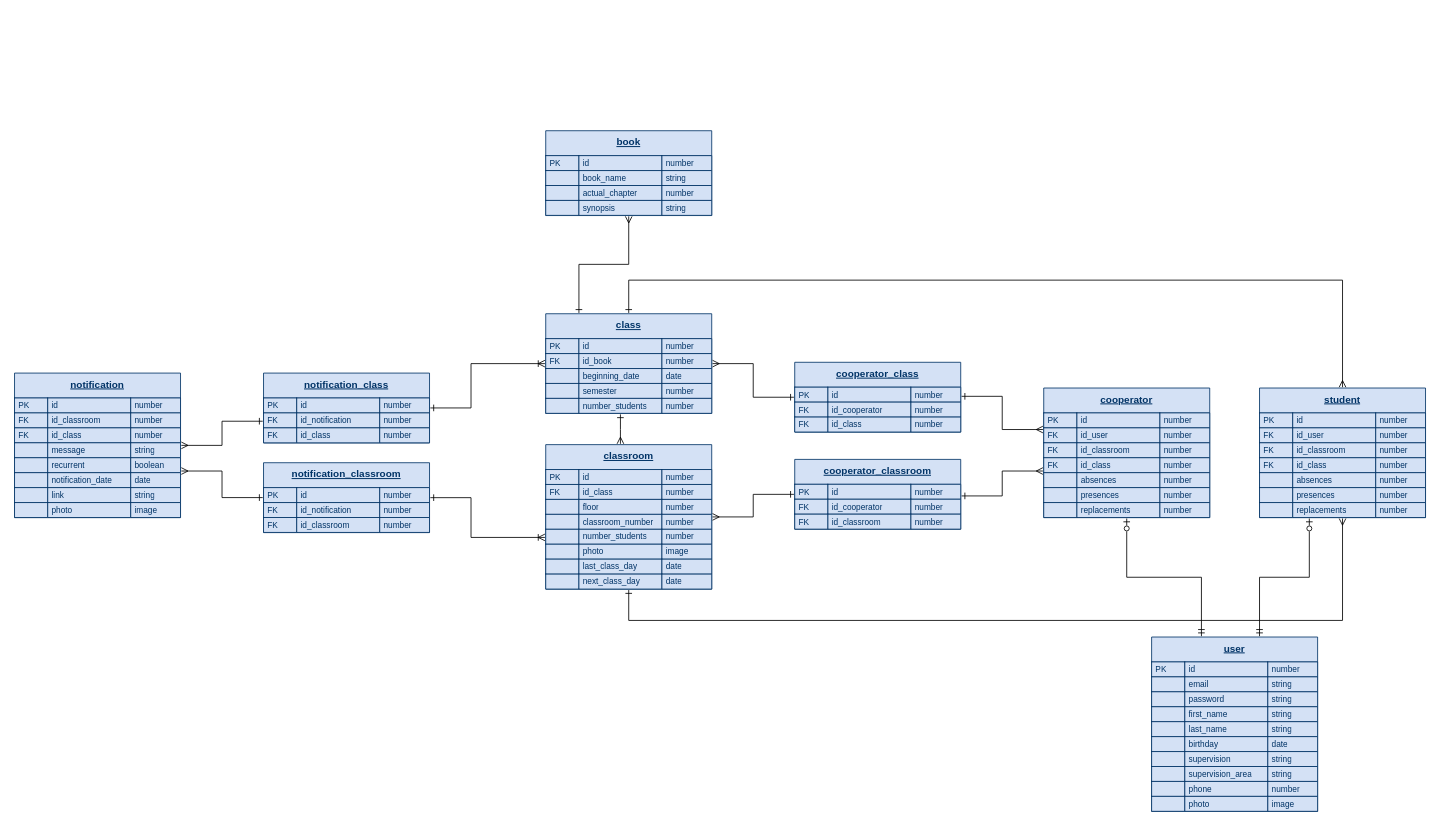
Above: ser_db.drawio in FreeSoulsDotBat/SER (draw.io), before the change. Source tidied: cells renumbered, new cells numbered last; positions are measured from the earlier drawing's top-left corner, leaving out a move shared by most shapes. Both pictures are drawn from the tidied source at 83%, with x=0, y=0 at pixel (14, 130).
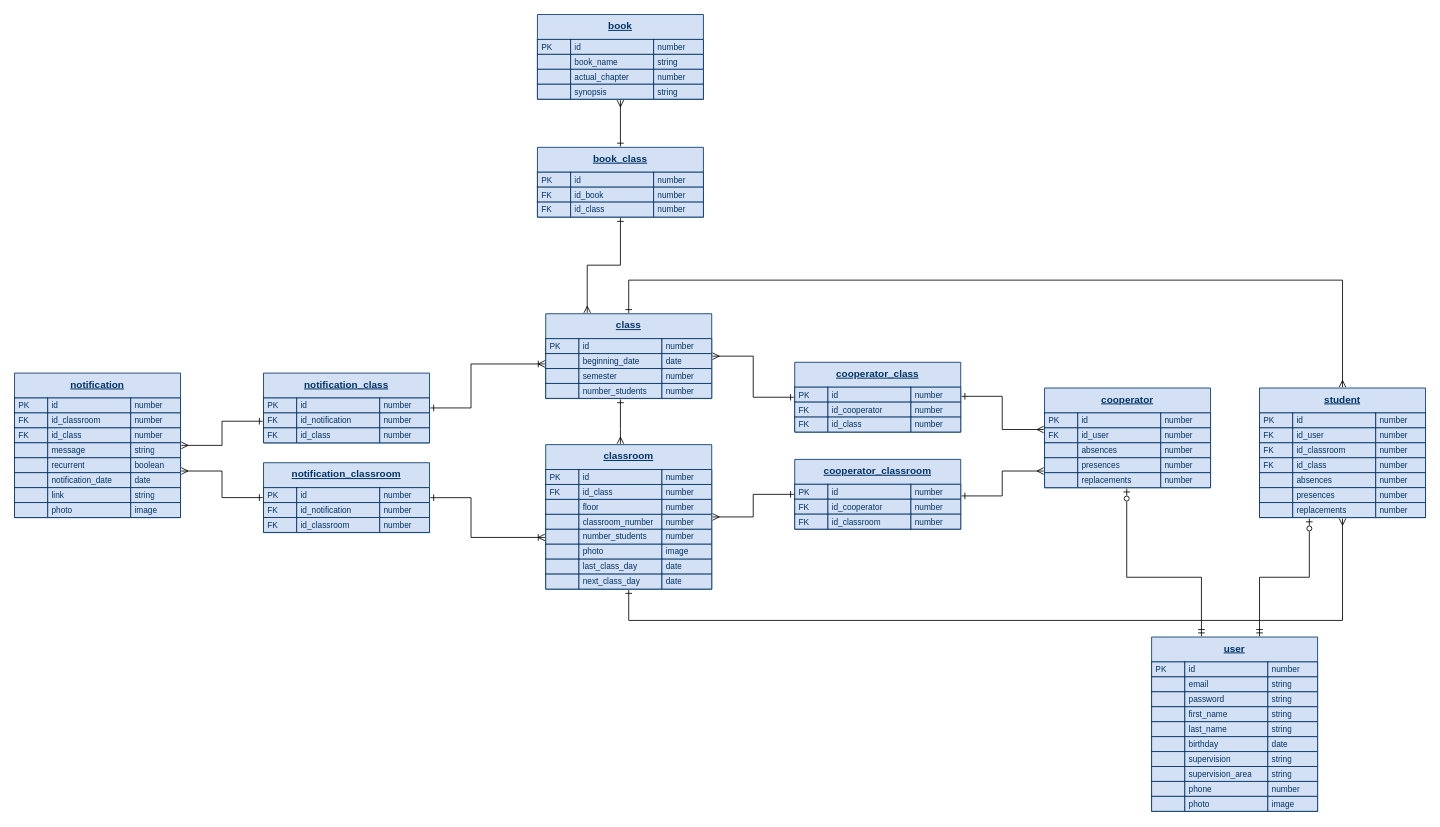
The same page after the edit.

Diff of the diagram source:
```diff
@@
-    <mxCell id="101" style="edgeStyle=orthogonalEdgeStyle;rounded=0;jettySize=auto;html=1;fontSize=10;fontColor=#003366;startArrow=ERone;startFill=0;endArrow=ERmany;endFill=0;" parent="1" edge="1" source="103" target="125">
-      <mxGeometry relative="1" as="geometry">
-        <Array as="points">
-          <mxPoint x="680" y="161" />
-          <mxPoint x="740" y="161" />
-        </Array>
-      </mxGeometry>
-    </mxCell>
@@
     <mxCell id="103" value="class" style="shape=table;startSize=30;childLayout=tableLayout;fontStyle=5;align=center;fillColor=#D4E1F5;strokeColor=#003366;fontColor=#003366;verticalAlign=top;swimlaneLine=1;sketch=0;perimeterSpacing=1;" parent="1" vertex="1">
-      <mxGeometry x="640" y="220.5" width="200" height="120.2" as="geometry" />
+      <mxGeometry x="640" y="220.5" width="200" height="102.2" as="geometry" />
     </mxCell>
@@
-    <mxCell id="108" style="shape=tableRow;horizontal=0;startSize=0;swimlaneHead=0;swimlaneBody=0;top=0;left=0;bottom=0;right=0;fillColor=none;" parent="103" vertex="1">
-      <mxGeometry y="48" width="200" height="18" as="geometry" />
-    </mxCell>
-    <mxCell id="109" value="FK" style="shape=partialRectangle;html=1;whiteSpace=wrap;fillColor=#D4E1F5;top=1;left=1;bottom=1;right=1;overflow=hidden;strokeColor=#003366;strokeWidth=1;align=left;fontColor=#003366;spacingLeft=5;fontSize=10;spacing=0;" parent="108" vertex="1">
-      <mxGeometry width="40" height="18" as="geometry" />
-    </mxCell>
-    <mxCell id="110" value="id_book" style="shape=partialRectangle;html=1;whiteSpace=wrap;fillColor=#D4E1F5;top=1;left=1;bottom=1;right=1;overflow=hidden;strokeColor=#003366;strokeWidth=1;align=left;fontColor=#003366;spacingLeft=5;fontSize=10;spacing=0;" parent="108" vertex="1">
-      <mxGeometry x="40" width="100" height="18" as="geometry" />
-    </mxCell>
-    <mxCell id="111" value="number" style="shape=partialRectangle;html=1;whiteSpace=wrap;fillColor=#D4E1F5;top=1;left=1;bottom=1;right=1;overflow=hidden;strokeColor=#003366;strokeWidth=1;align=left;fontColor=#003366;spacingLeft=5;fontSize=10;spacing=0;" parent="108" vertex="1">
-      <mxGeometry x="140" width="60" height="18" as="geometry" />
-    </mxCell>
     <mxCell id="112" style="shape=tableRow;horizontal=0;startSize=0;swimlaneHead=0;swimlaneBody=0;top=0;left=0;bottom=0;right=0;fillColor=none;" parent="103" vertex="1">
-      <mxGeometry y="66" width="200" height="18" as="geometry" />
+      <mxGeometry y="48" width="200" height="18" as="geometry" />
     </mxCell>
@@
     <mxCell id="116" style="shape=tableRow;horizontal=0;startSize=0;swimlaneHead=0;swimlaneBody=0;top=0;left=0;bottom=0;right=0;fillColor=none;" parent="103" vertex="1">
-      <mxGeometry y="84" width="200" height="18" as="geometry" />
+      <mxGeometry y="66" width="200" height="18" as="geometry" />
     </mxCell>
@@
     <mxCell id="120" style="shape=tableRow;horizontal=0;startSize=0;swimlaneHead=0;swimlaneBody=0;top=0;left=0;bottom=0;right=0;fillColor=none;" parent="103" vertex="1">
-      <mxGeometry y="102" width="200" height="18" as="geometry" />
+      <mxGeometry y="84" width="200" height="18" as="geometry" />
     </mxCell>
@@
+    <mxCell id="271" style="edgeStyle=orthogonalEdgeStyle;rounded=0;jettySize=auto;html=1;startArrow=ERmany;startFill=0;endArrow=ERone;endFill=0;" parent="1" edge="1" source="125" target="273">
+      <mxGeometry relative="1" as="geometry" />
+    </mxCell>
     <mxCell id="125" value="book" style="shape=table;startSize=30;childLayout=tableLayout;fontStyle=5;align=center;fillColor=#D4E1F5;strokeColor=#003366;fontColor=#003366;verticalAlign=top;swimlaneLine=1;sketch=0;perimeterSpacing=1;" parent="1" vertex="1">
-      <mxGeometry x="640" width="200" height="102.2" as="geometry" />
+      <mxGeometry x="630" y="-140" width="200" height="102.2" as="geometry" />
     </mxCell>
@@
     <mxCell id="188" value="cooperator" style="shape=table;startSize=30;childLayout=tableLayout;fontStyle=5;align=center;fillColor=#D4E1F5;strokeColor=#003366;fontColor=#003366;verticalAlign=top;swimlaneLine=1;sketch=0;perimeterSpacing=1;" parent="1" vertex="1">
-      <mxGeometry x="1240" y="310" width="200" height="156.2" as="geometry" />
+      <mxGeometry x="1241" y="310" width="200" height="120.2" as="geometry" />
     </mxCell>
@@
-    <mxCell id="197" style="shape=tableRow;horizontal=0;startSize=0;swimlaneHead=0;swimlaneBody=0;top=0;left=0;bottom=0;right=0;fillColor=none;" parent="188" vertex="1">
-      <mxGeometry y="66" width="200" height="18" as="geometry" />
-    </mxCell>
-    <mxCell id="198" value="FK" style="shape=partialRectangle;html=1;whiteSpace=wrap;fillColor=#D4E1F5;top=1;left=1;bottom=1;right=1;overflow=hidden;strokeColor=#003366;strokeWidth=1;align=left;fontColor=#003366;spacingLeft=5;fontSize=10;spacing=0;" parent="197" vertex="1">
-      <mxGeometry width="40" height="18" as="geometry" />
-    </mxCell>
-    <mxCell id="199" value="id_classroom" style="shape=partialRectangle;html=1;whiteSpace=wrap;fillColor=#D4E1F5;top=1;left=1;bottom=1;right=1;overflow=hidden;strokeColor=#003366;strokeWidth=1;align=left;fontColor=#003366;spacingLeft=5;fontSize=10;spacing=0;" parent="197" vertex="1">
-      <mxGeometry x="40" width="100" height="18" as="geometry" />
-    </mxCell>
-    <mxCell id="200" value="number" style="shape=partialRectangle;html=1;whiteSpace=wrap;fillColor=#D4E1F5;top=1;left=1;bottom=1;right=1;overflow=hidden;strokeColor=#003366;strokeWidth=1;align=left;fontColor=#003366;spacingLeft=5;fontSize=10;spacing=0;" parent="197" vertex="1">
-      <mxGeometry x="140" width="60" height="18" as="geometry" />
-    </mxCell>
-    <mxCell id="201" style="shape=tableRow;horizontal=0;startSize=0;swimlaneHead=0;swimlaneBody=0;top=0;left=0;bottom=0;right=0;fillColor=none;" parent="188" vertex="1">
-      <mxGeometry y="84" width="200" height="18" as="geometry" />
-    </mxCell>
-    <mxCell id="202" value="FK" style="shape=partialRectangle;html=1;whiteSpace=wrap;fillColor=#D4E1F5;top=1;left=1;bottom=1;right=1;overflow=hidden;strokeColor=#003366;strokeWidth=1;align=left;fontColor=#003366;spacingLeft=5;fontSize=10;spacing=0;" parent="201" vertex="1">
-      <mxGeometry width="40" height="18" as="geometry" />
-    </mxCell>
-    <mxCell id="203" value="id_class" style="shape=partialRectangle;html=1;whiteSpace=wrap;fillColor=#D4E1F5;top=1;left=1;bottom=1;right=1;overflow=hidden;strokeColor=#003366;strokeWidth=1;align=left;fontColor=#003366;spacingLeft=5;fontSize=10;spacing=0;" parent="201" vertex="1">
-      <mxGeometry x="40" width="100" height="18" as="geometry" />
-    </mxCell>
-    <mxCell id="204" value="number" style="shape=partialRectangle;html=1;whiteSpace=wrap;fillColor=#D4E1F5;top=1;left=1;bottom=1;right=1;overflow=hidden;strokeColor=#003366;strokeWidth=1;align=left;fontColor=#003366;spacingLeft=5;fontSize=10;spacing=0;" parent="201" vertex="1">
-      <mxGeometry x="140" width="60" height="18" as="geometry" />
-    </mxCell>
     <mxCell id="205" style="shape=tableRow;horizontal=0;startSize=0;swimlaneHead=0;swimlaneBody=0;top=0;left=0;bottom=0;right=0;fillColor=none;" parent="188" vertex="1">
-      <mxGeometry y="102" width="200" height="18" as="geometry" />
+      <mxGeometry y="66" width="200" height="18" as="geometry" />
     </mxCell>
@@
     <mxCell id="209" style="shape=tableRow;horizontal=0;startSize=0;swimlaneHead=0;swimlaneBody=0;top=0;left=0;bottom=0;right=0;fillColor=none;" parent="188" vertex="1">
-      <mxGeometry y="120" width="200" height="18" as="geometry" />
+      <mxGeometry y="84" width="200" height="18" as="geometry" />
     </mxCell>
@@
     <mxCell id="213" style="shape=tableRow;horizontal=0;startSize=0;swimlaneHead=0;swimlaneBody=0;top=0;left=0;bottom=0;right=0;fillColor=none;" parent="188" vertex="1">
-      <mxGeometry y="138" width="200" height="18" as="geometry" />
+      <mxGeometry y="102" width="200" height="18" as="geometry" />
     </mxCell>
@@
+    <mxCell id="272" style="edgeStyle=orthogonalEdgeStyle;rounded=0;jettySize=auto;html=1;startArrow=ERone;startFill=0;endArrow=ERmany;endFill=0;" parent="1" edge="1" source="273" target="103">
+      <mxGeometry relative="1" as="geometry">
+        <Array as="points">
+          <mxPoint x="730" y="162" />
+          <mxPoint x="690" y="162" />
+        </Array>
+      </mxGeometry>
+    </mxCell>
+    <mxCell id="273" value="book_class" style="shape=table;startSize=30;childLayout=tableLayout;fontStyle=5;align=center;fillColor=#D4E1F5;strokeColor=#003366;fontColor=#003366;verticalAlign=top;swimlaneLine=1;sketch=0;perimeterSpacing=1;" parent="1" vertex="1">
+      <mxGeometry x="630" y="20" width="200" height="84.2" as="geometry" />
+    </mxCell>
+    <mxCell id="274" style="shape=tableRow;horizontal=0;startSize=0;swimlaneHead=0;swimlaneBody=0;top=0;left=0;bottom=0;right=0;fillColor=none;" parent="273" vertex="1">
+      <mxGeometry y="30" width="200" height="18" as="geometry" />
+    </mxCell>
+    <mxCell id="275" value="PK" style="shape=partialRectangle;html=1;whiteSpace=wrap;fillColor=#D4E1F5;top=1;left=1;bottom=1;right=1;overflow=hidden;strokeColor=#003366;strokeWidth=1;align=left;fontColor=#003366;spacingLeft=5;fontSize=10;spacing=0;" parent="274" vertex="1">
+      <mxGeometry width="40" height="18" as="geometry" />
+    </mxCell>
+    <mxCell id="276" value="id" style="shape=partialRectangle;html=1;whiteSpace=wrap;fillColor=#D4E1F5;top=1;left=1;bottom=1;right=1;overflow=hidden;strokeColor=#003366;strokeWidth=1;align=left;fontColor=#003366;spacingLeft=5;fontSize=10;spacing=0;" parent="274" vertex="1">
+      <mxGeometry x="40" width="100" height="18" as="geometry" />
+    </mxCell>
+    <mxCell id="200" value="number" style="shape=partialRectangle;html=1;whiteSpace=wrap;fillColor=#D4E1F5;top=1;left=1;bottom=1;right=1;overflow=hidden;strokeColor=#003366;strokeWidth=1;align=left;fontColor=#003366;spacingLeft=5;fontSize=10;spacing=0;" parent="274" vertex="1">
+      <mxGeometry x="140" width="60" height="18" as="geometry" />
+    </mxCell>
+    <mxCell id="108" style="shape=tableRow;horizontal=0;startSize=0;swimlaneHead=0;swimlaneBody=0;top=0;left=0;bottom=0;right=0;fillColor=none;" parent="273" vertex="1">
+      <mxGeometry y="48" width="200" height="18" as="geometry" />
+    </mxCell>
+    <mxCell id="277" value="FK" style="shape=partialRectangle;html=1;whiteSpace=wrap;fillColor=#D4E1F5;top=1;left=1;bottom=1;right=1;overflow=hidden;strokeColor=#003366;strokeWidth=1;align=left;fontColor=#003366;spacingLeft=5;fontSize=10;spacing=0;" parent="108" vertex="1">
+      <mxGeometry width="40" height="18" as="geometry" />
+    </mxCell>
+    <mxCell id="110" value="id_book" style="shape=partialRectangle;html=1;whiteSpace=wrap;fillColor=#D4E1F5;top=1;left=1;bottom=1;right=1;overflow=hidden;strokeColor=#003366;strokeWidth=1;align=left;fontColor=#003366;spacingLeft=5;fontSize=10;spacing=0;" parent="108" vertex="1">
+      <mxGeometry x="40" width="100" height="18" as="geometry" />
+    </mxCell>
+    <mxCell id="278" value="number" style="shape=partialRectangle;html=1;whiteSpace=wrap;fillColor=#D4E1F5;top=1;left=1;bottom=1;right=1;overflow=hidden;strokeColor=#003366;strokeWidth=1;align=left;fontColor=#003366;spacingLeft=5;fontSize=10;spacing=0;" parent="108" vertex="1">
+      <mxGeometry x="140" width="60" height="18" as="geometry" />
+    </mxCell>
+    <mxCell id="197" style="shape=tableRow;horizontal=0;startSize=0;swimlaneHead=0;swimlaneBody=0;top=0;left=0;bottom=0;right=0;fillColor=none;" parent="273" vertex="1">
+      <mxGeometry y="66" width="200" height="18" as="geometry" />
+    </mxCell>
+    <mxCell id="279" value="FK" style="shape=partialRectangle;html=1;whiteSpace=wrap;fillColor=#D4E1F5;top=1;left=1;bottom=1;right=1;overflow=hidden;strokeColor=#003366;strokeWidth=1;align=left;fontColor=#003366;spacingLeft=5;fontSize=10;spacing=0;" parent="197" vertex="1">
+      <mxGeometry width="40" height="18" as="geometry" />
+    </mxCell>
+    <mxCell id="203" value="id_class" style="shape=partialRectangle;html=1;whiteSpace=wrap;fillColor=#D4E1F5;top=1;left=1;bottom=1;right=1;overflow=hidden;strokeColor=#003366;strokeWidth=1;align=left;fontColor=#003366;spacingLeft=5;fontSize=10;spacing=0;" parent="197" vertex="1">
+      <mxGeometry x="40" width="100" height="18" as="geometry" />
+    </mxCell>
+    <mxCell id="280" value="number" style="shape=partialRectangle;html=1;whiteSpace=wrap;fillColor=#D4E1F5;top=1;left=1;bottom=1;right=1;overflow=hidden;strokeColor=#003366;strokeWidth=1;align=left;fontColor=#003366;spacingLeft=5;fontSize=10;spacing=0;" parent="197" vertex="1">
+      <mxGeometry x="140" width="60" height="18" as="geometry" />
+    </mxCell>
```
